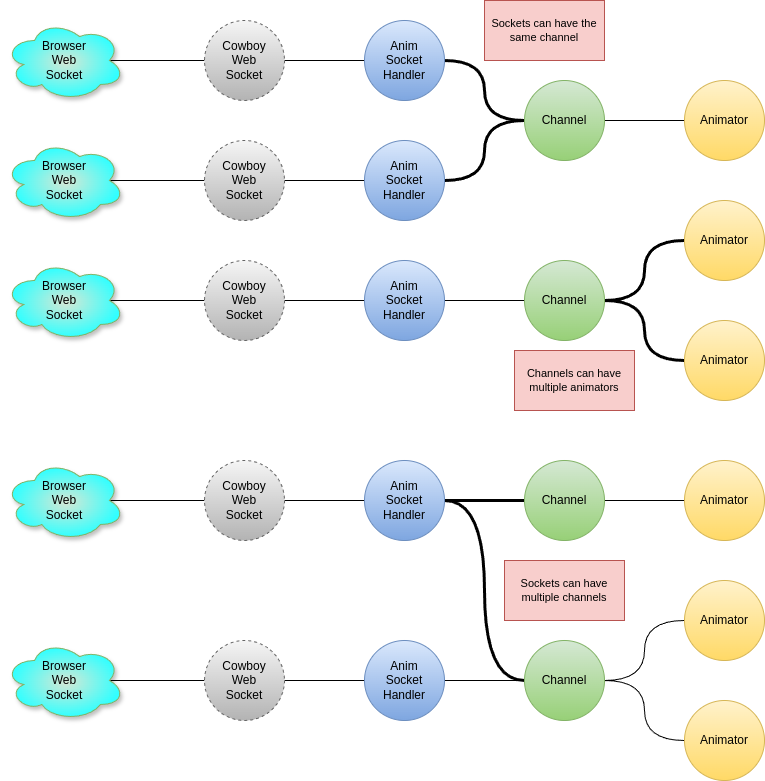
Earlier version of the draw.io export doc/ws_animate_erd_examples_2025-02-10.drawio.png (cwmaguire/ws_animate). Source tidied: cells renumbered, new cells last; positions are measured from the earlier drawing's top-left corner, leaving out a move shared by most shapes.
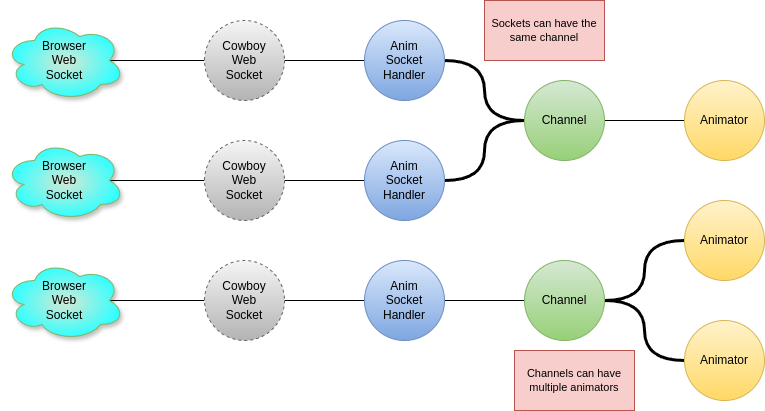
After the change.

What changed in the source:
```diff
@@ -80,72 +80,6 @@
     <mxCell id="27" value="Animator" style="ellipse;whiteSpace=wrap;html=1;fillColor=#fff2cc;gradientColor=#ffd966;strokeColor=#d6b656;" parent="1" vertex="1">
       <mxGeometry x="680" y="320" width="80" height="80" as="geometry" />
     </mxCell>
-    <mxCell id="28" style="edgeStyle=orthogonalEdgeStyle;rounded=0;jettySize=auto;html=1;exitX=0.875;exitY=0.5;exitDx=0;exitDy=0;exitPerimeter=0;entryX=0;entryY=0.5;entryDx=0;entryDy=0;endArrow=none;startFill=0;" parent="1" edge="1" source="29" target="31">
-      <mxGeometry relative="1" as="geometry" />
-    </mxCell>
-    <mxCell id="29" value="Browser&lt;div&gt;Web&lt;/div&gt;&lt;div&gt;Socket&lt;/div&gt;" style="ellipse;shape=cloud;whiteSpace=wrap;html=1;fillStyle=auto;fillColor=#d5e8d4;strokeColor=#82b366;gradientColor=#33FFFF;gradientDirection=radial;shadow=1;" parent="1" vertex="1">
-      <mxGeometry y="460" width="120" height="80" as="geometry" />
-    </mxCell>
-    <mxCell id="30" style="edgeStyle=orthogonalEdgeStyle;shape=connector;rounded=0;jettySize=auto;html=1;exitX=1;exitY=0.5;exitDx=0;exitDy=0;entryX=0;entryY=0.5;entryDx=0;entryDy=0;strokeColor=default;align=center;verticalAlign=middle;fontFamily=Helvetica;fontSize=11;fontColor=default;labelBackgroundColor=default;startFill=0;endArrow=none;" parent="1" edge="1" source="31" target="34">
-      <mxGeometry relative="1" as="geometry" />
-    </mxCell>
-    <mxCell id="31" value="Cowboy&lt;div&gt;Web&lt;/div&gt;&lt;div&gt;Socket&lt;/div&gt;" style="ellipse;whiteSpace=wrap;html=1;dashed=1;fillColor=#f5f5f5;strokeColor=#666666;gradientColor=#b3b3b3;" parent="1" vertex="1">
-      <mxGeometry x="200" y="460" width="80" height="80" as="geometry" />
-    </mxCell>
-    <mxCell id="32" style="edgeStyle=orthogonalEdgeStyle;shape=connector;rounded=0;jettySize=auto;html=1;exitX=1;exitY=0.5;exitDx=0;exitDy=0;entryX=0;entryY=0.5;entryDx=0;entryDy=0;strokeColor=default;align=center;verticalAlign=middle;fontFamily=Helvetica;fontSize=11;fontColor=default;labelBackgroundColor=default;startFill=0;endArrow=none;curved=1;strokeWidth=3;" parent="1" edge="1" source="34" target="42">
-      <mxGeometry relative="1" as="geometry" />
-    </mxCell>
-    <mxCell id="33" style="edgeStyle=orthogonalEdgeStyle;shape=connector;curved=1;rounded=0;jettySize=auto;html=1;exitX=1;exitY=0.5;exitDx=0;exitDy=0;entryX=0;entryY=0.5;entryDx=0;entryDy=0;strokeColor=default;align=center;verticalAlign=middle;fontFamily=Helvetica;fontSize=11;fontColor=default;labelBackgroundColor=default;startFill=0;endArrow=none;strokeWidth=3;" parent="1" edge="1" source="34" target="45">
-      <mxGeometry relative="1" as="geometry" />
-    </mxCell>
-    <mxCell id="34" value="Anim&lt;div&gt;Socket&lt;/div&gt;&lt;div&gt;Handler&lt;/div&gt;" style="ellipse;whiteSpace=wrap;html=1;fillColor=#dae8fc;gradientColor=#7ea6e0;strokeColor=#6c8ebf;" parent="1" vertex="1">
-      <mxGeometry x="360" y="460" width="80" height="80" as="geometry" />
-    </mxCell>
-    <mxCell id="35" style="edgeStyle=orthogonalEdgeStyle;rounded=0;jettySize=auto;html=1;exitX=0.875;exitY=0.5;exitDx=0;exitDy=0;exitPerimeter=0;entryX=0;entryY=0.5;entryDx=0;entryDy=0;endArrow=none;startFill=0;" parent="1" edge="1" source="36" target="38">
-      <mxGeometry relative="1" as="geometry" />
-    </mxCell>
-    <mxCell id="36" value="Browser&lt;div&gt;Web&lt;/div&gt;&lt;div&gt;Socket&lt;/div&gt;" style="ellipse;shape=cloud;whiteSpace=wrap;html=1;fillStyle=auto;fillColor=#d5e8d4;strokeColor=#82b366;gradientColor=#33FFFF;gradientDirection=radial;shadow=1;" parent="1" vertex="1">
-      <mxGeometry y="640" width="120" height="80" as="geometry" />
-    </mxCell>
-    <mxCell id="37" style="edgeStyle=orthogonalEdgeStyle;shape=connector;rounded=0;jettySize=auto;html=1;exitX=1;exitY=0.5;exitDx=0;exitDy=0;entryX=0;entryY=0.5;entryDx=0;entryDy=0;strokeColor=default;align=center;verticalAlign=middle;fontFamily=Helvetica;fontSize=11;fontColor=default;labelBackgroundColor=default;startFill=0;endArrow=none;" parent="1" edge="1" source="38" target="40">
-      <mxGeometry relative="1" as="geometry" />
-    </mxCell>
-    <mxCell id="38" value="Cowboy&lt;div&gt;Web&lt;/div&gt;&lt;div&gt;Socket&lt;/div&gt;" style="ellipse;whiteSpace=wrap;html=1;dashed=1;fillColor=#f5f5f5;strokeColor=#666666;gradientColor=#b3b3b3;" parent="1" vertex="1">
-      <mxGeometry x="200" y="640" width="80" height="80" as="geometry" />
-    </mxCell>
-    <mxCell id="39" style="edgeStyle=orthogonalEdgeStyle;shape=connector;curved=1;rounded=0;jettySize=auto;html=1;exitX=1;exitY=0.5;exitDx=0;exitDy=0;entryX=0;entryY=0.5;entryDx=0;entryDy=0;strokeColor=default;align=center;verticalAlign=middle;fontFamily=Helvetica;fontSize=11;fontColor=default;labelBackgroundColor=default;startFill=0;endArrow=none;" parent="1" edge="1" source="40" target="45">
-      <mxGeometry relative="1" as="geometry" />
-    </mxCell>
-    <mxCell id="40" value="Anim&lt;div&gt;Socket&lt;/div&gt;&lt;div&gt;Handler&lt;/div&gt;" style="ellipse;whiteSpace=wrap;html=1;fillColor=#dae8fc;gradientColor=#7ea6e0;strokeColor=#6c8ebf;" parent="1" vertex="1">
-      <mxGeometry x="360" y="640" width="80" height="80" as="geometry" />
-    </mxCell>
-    <mxCell id="41" style="edgeStyle=orthogonalEdgeStyle;shape=connector;curved=1;rounded=0;jettySize=auto;html=1;exitX=1;exitY=0.5;exitDx=0;exitDy=0;entryX=0;entryY=0.5;entryDx=0;entryDy=0;strokeColor=default;align=center;verticalAlign=middle;fontFamily=Helvetica;fontSize=11;fontColor=default;labelBackgroundColor=default;startFill=0;endArrow=none;" parent="1" edge="1" source="42" target="46">
-      <mxGeometry relative="1" as="geometry" />
-    </mxCell>
-    <mxCell id="42" value="Channel" style="ellipse;whiteSpace=wrap;html=1;fillColor=#d5e8d4;gradientColor=#97d077;strokeColor=#82b366;" parent="1" vertex="1">
-      <mxGeometry x="520" y="460" width="80" height="80" as="geometry" />
-    </mxCell>
-    <mxCell id="43" style="edgeStyle=orthogonalEdgeStyle;shape=connector;curved=1;rounded=0;jettySize=auto;html=1;exitX=1;exitY=0.5;exitDx=0;exitDy=0;entryX=0;entryY=0.5;entryDx=0;entryDy=0;strokeColor=default;align=center;verticalAlign=middle;fontFamily=Helvetica;fontSize=11;fontColor=default;labelBackgroundColor=default;startFill=0;endArrow=none;strokeWidth=1;" parent="1" edge="1" source="45" target="47">
-      <mxGeometry relative="1" as="geometry" />
-    </mxCell>
-    <mxCell id="44" style="edgeStyle=orthogonalEdgeStyle;shape=connector;curved=1;rounded=0;jettySize=auto;html=1;exitX=1;exitY=0.5;exitDx=0;exitDy=0;entryX=0;entryY=0.5;entryDx=0;entryDy=0;strokeColor=default;align=center;verticalAlign=middle;fontFamily=Helvetica;fontSize=11;fontColor=default;labelBackgroundColor=default;startFill=0;endArrow=none;strokeWidth=1;" parent="1" edge="1" source="45" target="48">
-      <mxGeometry relative="1" as="geometry" />
-    </mxCell>
-    <mxCell id="45" value="Channel" style="ellipse;whiteSpace=wrap;html=1;fillColor=#d5e8d4;gradientColor=#97d077;strokeColor=#82b366;" parent="1" vertex="1">
-      <mxGeometry x="520" y="640" width="80" height="80" as="geometry" />
-    </mxCell>
-    <mxCell id="46" value="Animator" style="ellipse;whiteSpace=wrap;html=1;fillColor=#fff2cc;gradientColor=#ffd966;strokeColor=#d6b656;" parent="1" vertex="1">
-      <mxGeometry x="680" y="460" width="80" height="80" as="geometry" />
-    </mxCell>
-    <mxCell id="47" value="Animator" style="ellipse;whiteSpace=wrap;html=1;fillColor=#fff2cc;gradientColor=#ffd966;strokeColor=#d6b656;" parent="1" vertex="1">
-      <mxGeometry x="680" y="580" width="80" height="80" as="geometry" />
-    </mxCell>
-    <mxCell id="48" value="Animator" style="ellipse;whiteSpace=wrap;html=1;fillColor=#fff2cc;gradientColor=#ffd966;strokeColor=#d6b656;" parent="1" vertex="1">
-      <mxGeometry x="680" y="700" width="80" height="80" as="geometry" />
-    </mxCell>
-    <mxCell id="49" value="Sockets can have multiple channels" style="rounded=0;whiteSpace=wrap;html=1;fontFamily=Helvetica;fontSize=11;labelBackgroundColor=none;fillColor=#f8cecc;strokeColor=#b85450;" parent="1" vertex="1">
-      <mxGeometry x="500" y="560" width="120" height="60" as="geometry" />
-    </mxCell>
     <mxCell id="50" value="Channels can have multiple animators" style="rounded=0;whiteSpace=wrap;html=1;fontFamily=Helvetica;fontSize=11;labelBackgroundColor=none;fillColor=#f8cecc;strokeColor=#b85450;" parent="1" vertex="1">
       <mxGeometry x="510" y="350" width="120" height="60" as="geometry" />
     </mxCell>
```
